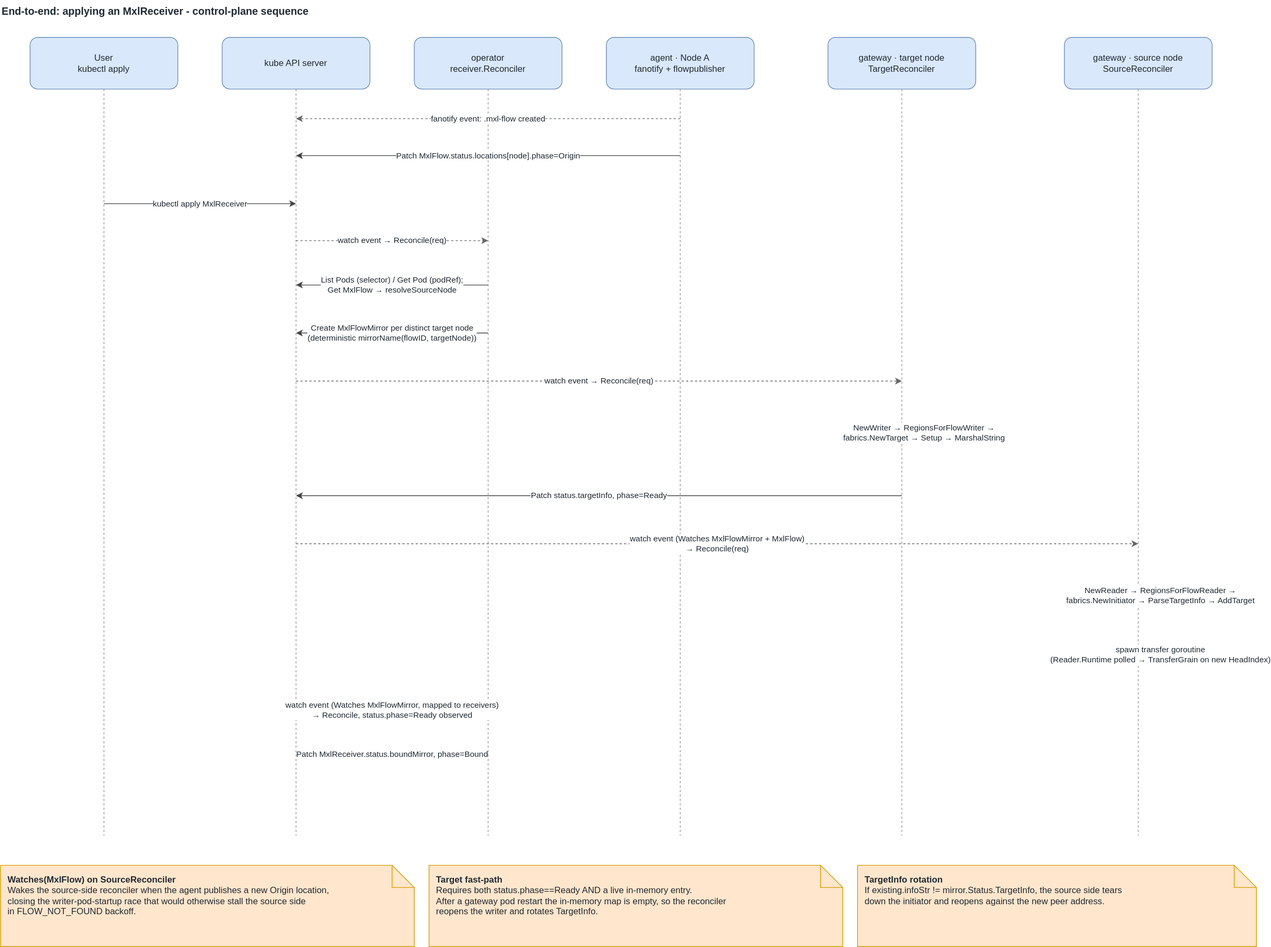
This is docs/architecture/diagrams/02-control-plane-sequence.drawio.svg from qvest-digital/mxl-k8s, a draw.io export, as it was before one commit. Source tidied: cells renumbered, new cells last; positions are measured from the earlier drawing's top-left corner, leaving out a move shared by most shapes.
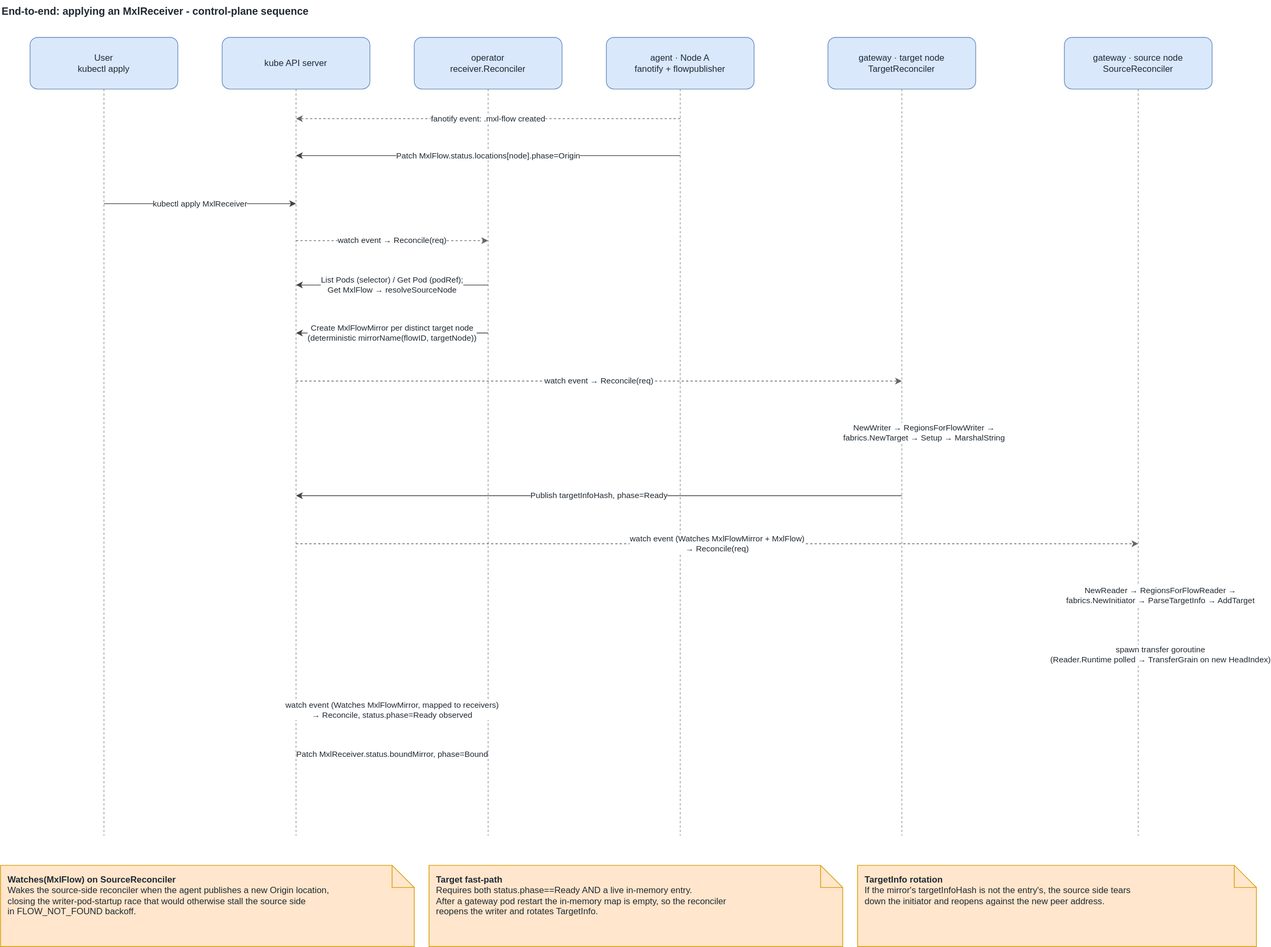
After the commit.

What changed in the source:
```diff
@@ -107,7 +107,7 @@
         <mxPoint x="1280" y="585" as="targetPoint" />
       </mxGeometry>
     </mxCell>
-    <mxCell id="23" value="Patch status.targetInfo, phase=Ready" style="html=1;endArrow=classic;endSize=6;startSize=6;strokeColor=#444444;labelBackgroundColor=#ffffff;fontColor=#1f2933;" parent="1" edge="1">
+    <mxCell id="23" value="Publish targetInfoHash, phase=Ready" style="html=1;endArrow=classic;endSize=6;startSize=6;strokeColor=#444444;labelBackgroundColor=#ffffff;fontColor=#1f2933;" parent="1" edge="1">
       <mxGeometry relative="1" as="geometry">
         <mxPoint x="1220" y="670" as="sourcePoint" />
         <mxPoint x="400" y="670" as="targetPoint" />
@@ -149,7 +149,7 @@
     <mxCell id="30" value="&lt;b&gt;Target fast-path&lt;/b&gt;&lt;br&gt;Requires both status.phase==Ready AND a live in-memory entry.&lt;br&gt;After a gateway pod restart the in-memory map is empty, so the reconciler&lt;br&gt;reopens the writer and rotates TargetInfo." style="shape=note;whiteSpace=wrap;html=1;fillColor=#ffe6cc;strokeColor=#d79b00;align=left;verticalAlign=top;spacingLeft=8;spacingTop=6;fontColor=#1f2933;" parent="1" vertex="1">
       <mxGeometry x="580" y="1170" width="560" height="110" as="geometry" />
     </mxCell>
-    <mxCell id="31" value="&lt;b&gt;TargetInfo rotation&lt;/b&gt;&lt;br&gt;If existing.infoStr != mirror.Status.TargetInfo, the source side tears&lt;br&gt;down the initiator and reopens against the new peer address." style="shape=note;whiteSpace=wrap;html=1;fillColor=#ffe6cc;strokeColor=#d79b00;align=left;verticalAlign=top;spacingLeft=8;spacingTop=6;fontColor=#1f2933;" parent="1" vertex="1">
+    <mxCell id="31" value="&lt;b&gt;TargetInfo rotation&lt;/b&gt;&lt;br&gt;If the mirror's targetInfoHash is not the entry's, the source side tears&lt;br&gt;down the initiator and reopens against the new peer address." style="shape=note;whiteSpace=wrap;html=1;fillColor=#ffe6cc;strokeColor=#d79b00;align=left;verticalAlign=top;spacingLeft=8;spacingTop=6;fontColor=#1f2933;" parent="1" vertex="1">
       <mxGeometry x="1160" y="1170" width="540" height="110" as="geometry" />
     </mxCell>
   </root>
```
